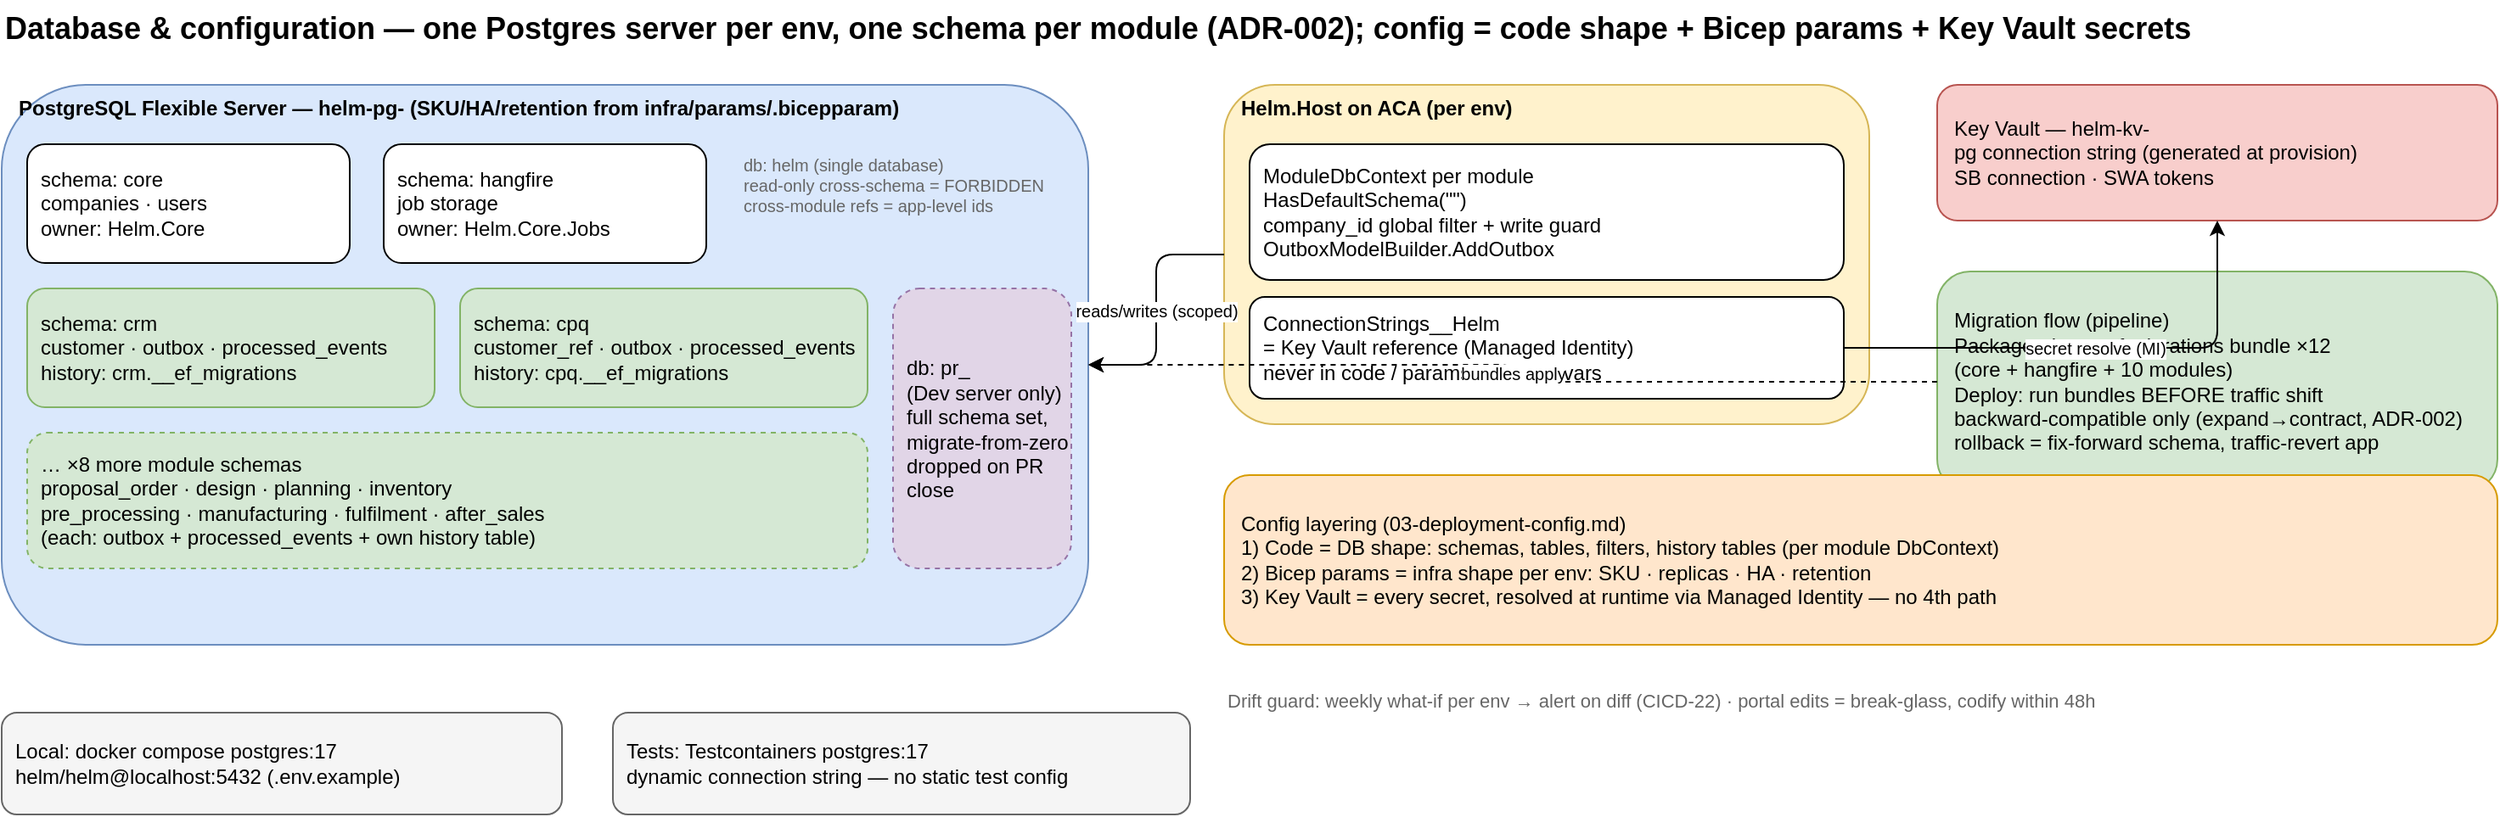
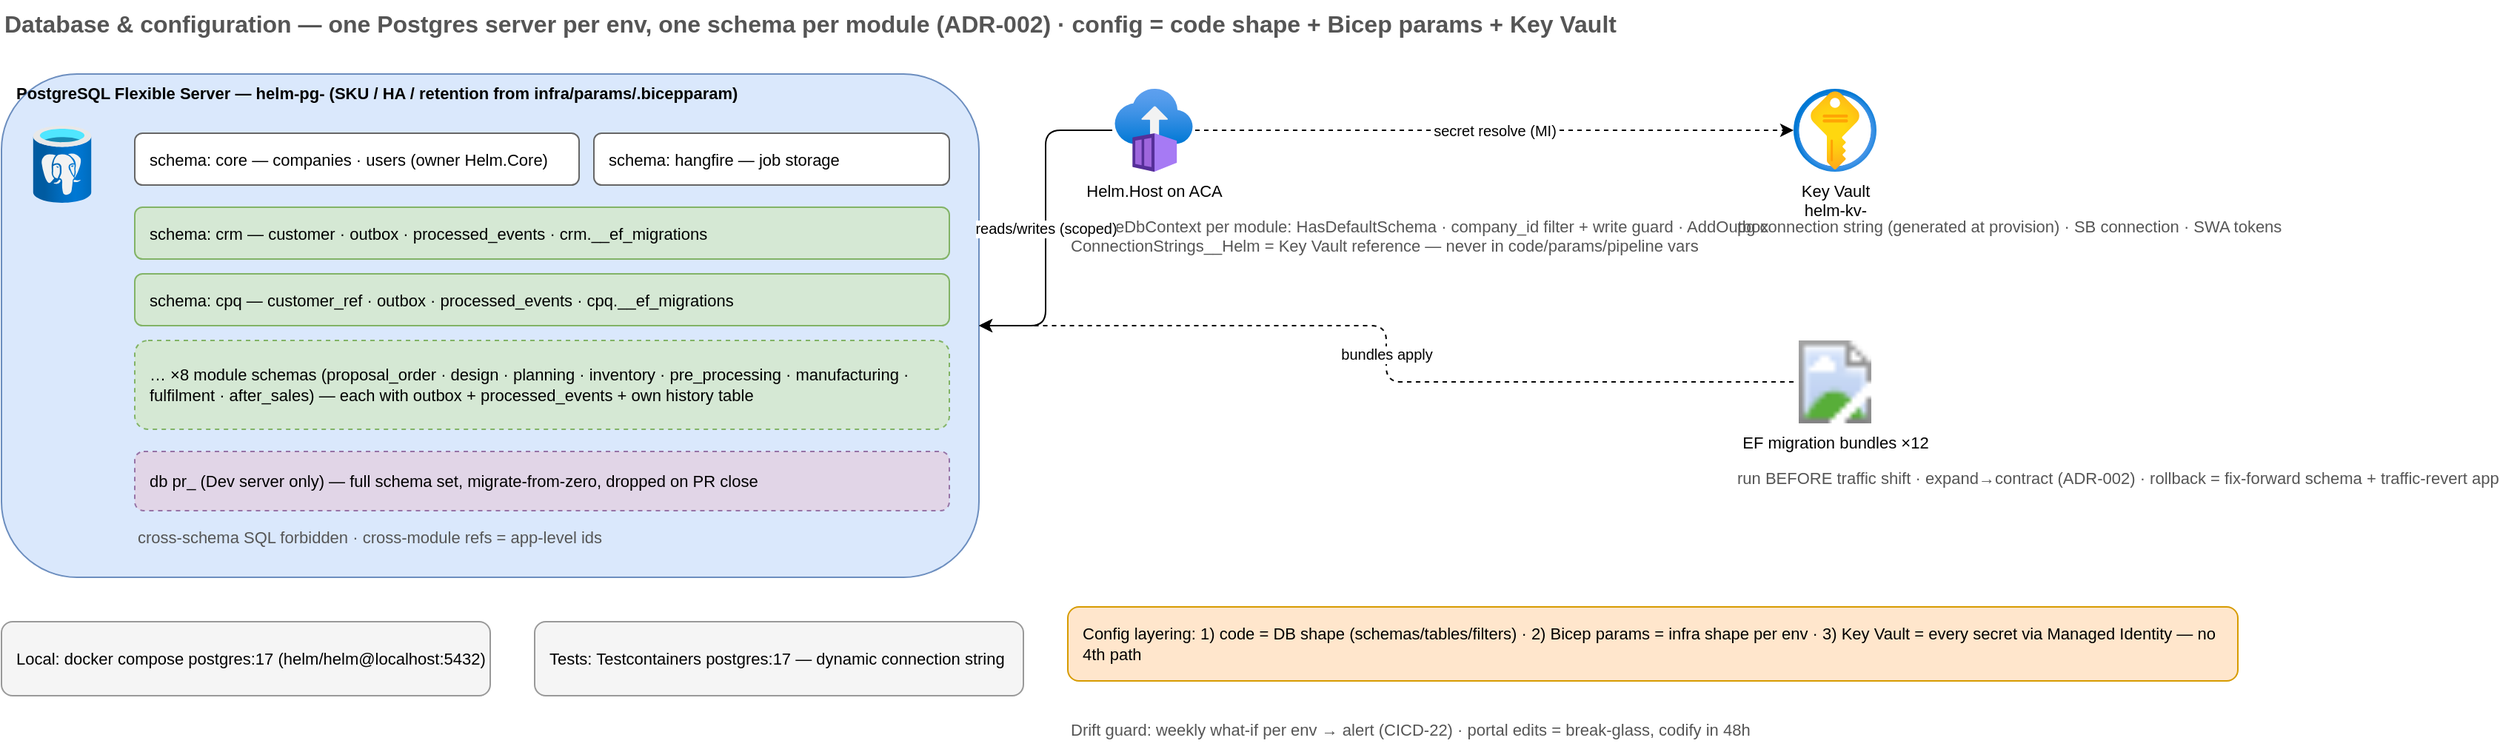
<mxfile host="app.diagrams.net" modified="2026-07-08T00:00:00.000Z" agent="helm-docs" version="24.0.0">
-   <diagram id="db-config-flow" name="Database &amp; Config Flow">
-     <mxGraphModel dx="1400" dy="800" grid="1" gridSize="10" guides="1" tooltips="1" connect="1" arrows="1" fold="1" page="1" pageScale="1" pageWidth="1600" pageHeight="1000" math="0" shadow="0">
+   <diagram id="database-config-flow" name="Database &amp; Config Flow">
+     <mxGraphModel dx="1400" dy="800" grid="1" gridSize="10" guides="1" tooltips="1" connect="1" arrows="1" fold="1" page="1" pageScale="1" pageWidth="1620" pageHeight="600" math="0" shadow="0">
      <root>
-         <mxCell id="0"/>
-         <mxCell id="1" parent="0"/>
-         <mxCell id="dbt" value="Database &amp; configuration — one Postgres server per env, one schema per module (ADR-002); config = code shape + Bicep params + Key Vault secrets" style="text;html=1;fontSize=18;fontStyle=1;align=left;" vertex="1" parent="1">
-           <mxGeometry x="40" y="20" width="1400" height="30" as="geometry"/>
-         </mxCell>
-         <mxCell id="pg" value="PostgreSQL Flexible Server — helm-pg-&lt;env&gt;  (SKU/HA/retention from infra/params/&lt;env&gt;.bicepparam)" style="rounded=1;whiteSpace=wrap;html=1;verticalAlign=top;fontStyle=1;fillColor=#dae8fc;strokeColor=#6c8ebf;align=left;spacingLeft=8;" vertex="1" parent="1">
-           <mxGeometry x="40" y="70" width="640" height="330" as="geometry"/>
-         </mxCell>
-         <mxCell id="score" value="schema: core&#10;companies · users&#10;owner: Helm.Core" style="rounded=1;whiteSpace=wrap;html=1;fillColor=#ffffff;align=left;spacingLeft=6;" vertex="1" parent="pg">
-           <mxGeometry x="15" y="35" width="190" height="70" as="geometry"/>
-         </mxCell>
-         <mxCell id="shang" value="schema: hangfire&#10;job storage&#10;owner: Helm.Core.Jobs" style="rounded=1;whiteSpace=wrap;html=1;fillColor=#ffffff;align=left;spacingLeft=6;" vertex="1" parent="pg">
-           <mxGeometry x="225" y="35" width="190" height="70" as="geometry"/>
-         </mxCell>
-         <mxCell id="sdbn" value="db: helm (single database)&#10;read-only cross-schema = FORBIDDEN&#10;cross-module refs = app-level ids" style="text;html=1;fontSize=10;fontColor=#666666;align=left;" vertex="1" parent="pg">
-           <mxGeometry x="435" y="35" width="195" height="70" as="geometry"/>
-         </mxCell>
-         <mxCell id="scrm" value="schema: crm&#10;customer · outbox · processed_events&#10;history: crm.__ef_migrations" style="rounded=1;whiteSpace=wrap;html=1;fillColor=#d5e8d4;strokeColor=#82b366;align=left;spacingLeft=6;" vertex="1" parent="pg">
-           <mxGeometry x="15" y="120" width="240" height="70" as="geometry"/>
-         </mxCell>
-         <mxCell id="scpq" value="schema: cpq&#10;customer_ref · outbox · processed_events&#10;history: cpq.__ef_migrations" style="rounded=1;whiteSpace=wrap;html=1;fillColor=#d5e8d4;strokeColor=#82b366;align=left;spacingLeft=6;" vertex="1" parent="pg">
-           <mxGeometry x="270" y="120" width="240" height="70" as="geometry"/>
-         </mxCell>
-         <mxCell id="smore" value="… ×8 more module schemas&#10;proposal_order · design · planning · inventory&#10;pre_processing · manufacturing · fulfilment · after_sales&#10;(each: outbox + processed_events + own history table)" style="rounded=1;whiteSpace=wrap;html=1;fillColor=#d5e8d4;strokeColor=#82b366;dashed=1;align=left;spacingLeft=6;" vertex="1" parent="pg">
-           <mxGeometry x="15" y="205" width="495" height="80" as="geometry"/>
-         </mxCell>
-         <mxCell id="sprdb" value="db: pr_&lt;id&gt;&#10;(Dev server only)&#10;full schema set, migrate-from-zero&#10;dropped on PR close" style="rounded=1;whiteSpace=wrap;html=1;fillColor=#e1d5e7;strokeColor=#9673a6;dashed=1;align=left;spacingLeft=6;" vertex="1" parent="pg">
-           <mxGeometry x="525" y="120" width="105" height="165" as="geometry"/>
-         </mxCell>
-         <mxCell id="app" value="Helm.Host on ACA (per env)" style="rounded=1;whiteSpace=wrap;html=1;verticalAlign=top;fontStyle=1;fillColor=#fff2cc;strokeColor=#d6b656;align=left;spacingLeft=8;" vertex="1" parent="1">
-           <mxGeometry x="760" y="70" width="380" height="200" as="geometry"/>
-         </mxCell>
-         <mxCell id="appctx" value="ModuleDbContext&lt;T&gt; per module&#10;HasDefaultSchema(&quot;&lt;mod&gt;&quot;)&#10;company_id global filter + write guard&#10;OutboxModelBuilder.AddOutbox" style="rounded=1;whiteSpace=wrap;html=1;fillColor=#ffffff;align=left;spacingLeft=6;" vertex="1" parent="app">
-           <mxGeometry x="15" y="35" width="350" height="80" as="geometry"/>
-         </mxCell>
-         <mxCell id="appcs" value="ConnectionStrings__Helm&#10;= Key Vault reference (Managed Identity)&#10;never in code / params / pipeline vars" style="rounded=1;whiteSpace=wrap;html=1;fillColor=#ffffff;align=left;spacingLeft=6;" vertex="1" parent="app">
-           <mxGeometry x="15" y="125" width="350" height="60" as="geometry"/>
-         </mxCell>
-         <mxCell id="kv" value="Key Vault — helm-kv-&lt;env&gt;&#10;pg connection string (generated at provision)&#10;SB connection · SWA tokens" style="rounded=1;whiteSpace=wrap;html=1;fillColor=#f8cecc;strokeColor=#b85450;align=left;spacingLeft=8;" vertex="1" parent="1">
-           <mxGeometry x="1180" y="70" width="330" height="80" as="geometry"/>
-         </mxCell>
-         <mxCell id="mig" value="Migration flow (pipeline)&#10;Package: dotnet ef migrations bundle ×12&#10;(core + hangfire + 10 modules)&#10;Deploy&lt;Env&gt;: run bundles BEFORE traffic shift&#10;backward-compatible only (expand→contract, ADR-002)&#10;rollback = fix-forward schema, traffic-revert app" style="rounded=1;whiteSpace=wrap;html=1;fillColor=#d5e8d4;strokeColor=#82b366;align=left;spacingLeft=8;" vertex="1" parent="1">
-           <mxGeometry x="1180" y="180" width="330" height="130" as="geometry"/>
-         </mxCell>
-         <mxCell id="cfg3" value="Config layering (03-deployment-config.md)&#10;1) Code = DB shape: schemas, tables, filters, history tables (per module DbContext)&#10;2) Bicep params = infra shape per env: SKU · replicas · HA · retention&#10;3) Key Vault = every secret, resolved at runtime via Managed Identity — no 4th path" style="rounded=1;whiteSpace=wrap;html=1;fillColor=#ffe6cc;strokeColor=#d79b00;align=left;spacingLeft=8;" vertex="1" parent="1">
-           <mxGeometry x="760" y="300" width="750" height="100" as="geometry"/>
-         </mxCell>
-         <mxCell id="lo" value="Local: docker compose postgres:17&#10;helm/helm@localhost:5432 (.env.example)" style="rounded=1;whiteSpace=wrap;html=1;fillColor=#f5f5f5;strokeColor=#666666;align=left;spacingLeft=6;" vertex="1" parent="1">
-           <mxGeometry x="40" y="440" width="330" height="60" as="geometry"/>
-         </mxCell>
-         <mxCell id="te" value="Tests: Testcontainers postgres:17&#10;dynamic connection string — no static test config" style="rounded=1;whiteSpace=wrap;html=1;fillColor=#f5f5f5;strokeColor=#666666;align=left;spacingLeft=6;" vertex="1" parent="1">
-           <mxGeometry x="400" y="440" width="340 " height="60" as="geometry"/>
-         </mxCell>
-         <mxCell id="dr" value="Drift guard: weekly what-if per env → alert on diff (CICD-22) · portal edits = break-glass, codify within 48h" style="text;html=1;fontSize=11;fontColor=#666666;align=left;" vertex="1" parent="1">
-           <mxGeometry x="760" y="420" width="750" height="30" as="geometry"/>
-         </mxCell>
-         <mxCell id="de1" value="reads/writes (scoped)" style="edgeStyle=orthogonalEdgeStyle;rounded=1;html=1;fontSize=10;" edge="1" parent="1" source="app" target="pg"><mxGeometry relative="1" as="geometry"/></mxCell>
-         <mxCell id="de2" value="secret resolve (MI)" style="edgeStyle=orthogonalEdgeStyle;rounded=1;html=1;fontSize=10;" edge="1" parent="1" source="appcs" target="kv"><mxGeometry relative="1" as="geometry"/></mxCell>
-         <mxCell id="de3" value="bundles apply" style="edgeStyle=orthogonalEdgeStyle;rounded=1;html=1;fontSize=10;dashed=1;" edge="1" parent="1" source="mig" target="pg"><mxGeometry relative="1" as="geometry"/></mxCell>
+         <mxCell id="0" />
+         <mxCell id="1" parent="0" />
+         <mxCell id="n2" value="Database &amp; configuration — one Postgres server per env, one schema per module (ADR-002) · config = code shape + Bicep params + Key Vault" style="text;html=1;fontSize=16;align=left;fontColor=#555555;fontStyle=1;" vertex="1" parent="1"><mxGeometry x="40" y="20" width="1300" height="30" as="geometry" /></mxCell>
+         <mxCell id="n3" value="PostgreSQL Flexible Server — helm-pg-&lt;env&gt;   (SKU / HA / retention from infra/params/&lt;env&gt;.bicepparam)" style="rounded=1;whiteSpace=wrap;html=1;align=left;spacingLeft=8;fontSize=11;fillColor=#dae8fc;strokeColor=#6c8ebf;fontStyle=1;verticalAlign=top;" vertex="1" parent="1"><mxGeometry x="40" y="70" width="660" height="340" as="geometry" /></mxCell>
+         <mxCell id="n4" value="" style="sketch=0;aspect=fixed;html=1;points=[];align=center;fontSize=11;image;image=img/lib/azure2/databases/Azure_Database_PostgreSQL_Server.svg;labelBackgroundColor=none;verticalLabelPosition=bottom;verticalAlign=top;" vertex="1" parent="n3"><mxGeometry x="15" y="35" width="52" height="52" as="geometry" /></mxCell>
+         <mxCell id="n5" value="schema: core — companies · users (owner Helm.Core)" style="rounded=1;whiteSpace=wrap;html=1;align=left;spacingLeft=8;fontSize=11;fillColor=#ffffff;strokeColor=#666666;" vertex="1" parent="n3"><mxGeometry x="90" y="40" width="300" height="35" as="geometry" /></mxCell>
+         <mxCell id="n6" value="schema: hangfire — job storage" style="rounded=1;whiteSpace=wrap;html=1;align=left;spacingLeft=8;fontSize=11;fillColor=#ffffff;strokeColor=#666666;" vertex="1" parent="n3"><mxGeometry x="400" y="40" width="240" height="35" as="geometry" /></mxCell>
+         <mxCell id="n7" value="schema: crm — customer · outbox · processed_events · crm.__ef_migrations" style="rounded=1;whiteSpace=wrap;html=1;align=left;spacingLeft=8;fontSize=11;fillColor=#d5e8d4;strokeColor=#82b366;" vertex="1" parent="n3"><mxGeometry x="90" y="90" width="550" height="35" as="geometry" /></mxCell>
+         <mxCell id="n8" value="schema: cpq — customer_ref · outbox · processed_events · cpq.__ef_migrations" style="rounded=1;whiteSpace=wrap;html=1;align=left;spacingLeft=8;fontSize=11;fillColor=#d5e8d4;strokeColor=#82b366;" vertex="1" parent="n3"><mxGeometry x="90" y="135" width="550" height="35" as="geometry" /></mxCell>
+         <mxCell id="n9" value="… ×8 module schemas (proposal_order · design · planning · inventory · pre_processing · manufacturing · fulfilment · after_sales) — each with outbox + processed_events + own history table" style="rounded=1;whiteSpace=wrap;html=1;align=left;spacingLeft=8;fontSize=11;fillColor=#d5e8d4;strokeColor=#82b366;dashed=1;" vertex="1" parent="n3"><mxGeometry x="90" y="180" width="550" height="60" as="geometry" /></mxCell>
+         <mxCell id="n10" value="db pr_&lt;id&gt; (Dev server only) — full schema set, migrate-from-zero, dropped on PR close" style="rounded=1;whiteSpace=wrap;html=1;align=left;spacingLeft=8;fontSize=11;fillColor=#e1d5e7;strokeColor=#9673a6;dashed=1;" vertex="1" parent="n3"><mxGeometry x="90" y="255" width="550" height="40" as="geometry" /></mxCell>
+         <mxCell id="n11" value="cross-schema SQL forbidden · cross-module refs = app-level ids" style="text;html=1;fontSize=11;align=left;fontColor=#555555;" vertex="1" parent="n3"><mxGeometry x="90" y="300" width="540" height="25" as="geometry" /></mxCell>
+         <mxCell id="n12" value="Helm.Host on ACA" style="sketch=0;aspect=fixed;html=1;points=[];align=center;fontSize=11;image;image=img/lib/azure2/containers/Container_Instances.svg;labelBackgroundColor=none;verticalLabelPosition=bottom;verticalAlign=top;" vertex="1" parent="1"><mxGeometry x="790" y="80" width="56" height="56" as="geometry" /></mxCell>
+         <mxCell id="n13" value="ModuleDbContext&lt;T&gt; per module: HasDefaultSchema · company_id filter + write guard · AddOutbox&#10;ConnectionStrings__Helm = Key Vault reference — never in code/params/pipeline vars" style="text;html=1;fontSize=11;align=left;fontColor=#555555;" vertex="1" parent="1"><mxGeometry x="760" y="160" width="420" height="60" as="geometry" /></mxCell>
+         <mxCell id="n14" value="Key Vault&#10;helm-kv-&lt;env&gt;" style="sketch=0;aspect=fixed;html=1;points=[];align=center;fontSize=11;image;image=img/lib/azure2/security/Key_Vaults.svg;labelBackgroundColor=none;verticalLabelPosition=bottom;verticalAlign=top;" vertex="1" parent="1"><mxGeometry x="1250" y="80" width="56" height="56" as="geometry" /></mxCell>
+         <mxCell id="n15" value="pg connection string (generated at provision) · SB connection · SWA tokens" style="text;html=1;fontSize=11;align=left;fontColor=#555555;" vertex="1" parent="1"><mxGeometry x="1210" y="160" width="340" height="40" as="geometry" /></mxCell>
+         <mxCell id="n16" value="EF migration bundles ×12" style="sketch=0;aspect=fixed;html=1;points=[];align=center;fontSize=11;image;image=img/lib/azure2/devops/Azure_Artifacts.svg;labelBackgroundColor=none;verticalLabelPosition=bottom;verticalAlign=top;" vertex="1" parent="1"><mxGeometry x="1250" y="250" width="56" height="56" as="geometry" /></mxCell>
+         <mxCell id="n17" value="run BEFORE traffic shift · expand→contract (ADR-002) · rollback = fix-forward schema + traffic-revert app" style="text;html=1;fontSize=11;align=left;fontColor=#555555;" vertex="1" parent="1"><mxGeometry x="1210" y="330" width="340" height="50" as="geometry" /></mxCell>
+         <mxCell id="n18" value="Config layering: 1) code = DB shape (schemas/tables/filters) · 2) Bicep params = infra shape per env · 3) Key Vault = every secret via Managed Identity — no 4th path" style="rounded=1;whiteSpace=wrap;html=1;align=left;spacingLeft=8;fontSize=11;fillColor=#ffe6cc;strokeColor=#d79b00;" vertex="1" parent="1"><mxGeometry x="760" y="430" width="790" height="50" as="geometry" /></mxCell>
+         <mxCell id="n19" value="Local: docker compose postgres:17 (helm/helm@localhost:5432)" style="rounded=1;whiteSpace=wrap;html=1;align=left;spacingLeft=8;fontSize=11;fillColor=#f5f5f5;strokeColor=#999999;" vertex="1" parent="1"><mxGeometry x="40" y="440" width="330" height="50" as="geometry" /></mxCell>
+         <mxCell id="n20" value="Tests: Testcontainers postgres:17 — dynamic connection string" style="rounded=1;whiteSpace=wrap;html=1;align=left;spacingLeft=8;fontSize=11;fillColor=#f5f5f5;strokeColor=#999999;" vertex="1" parent="1"><mxGeometry x="400" y="440" width="330" height="50" as="geometry" /></mxCell>
+         <mxCell id="n21" value="Drift guard: weekly what-if per env → alert (CICD-22) · portal edits = break-glass, codify in 48h" style="text;html=1;fontSize=11;align=left;fontColor=#555555;" vertex="1" parent="1"><mxGeometry x="760" y="500" width="700" height="25" as="geometry" /></mxCell>
+         <mxCell id="n22" value="reads/writes (scoped)" style="edgeStyle=orthogonalEdgeStyle;rounded=1;html=1;fontSize=10;" edge="1" parent="1" source="n12" target="n3"><mxGeometry relative="1" as="geometry" /></mxCell>
+         <mxCell id="n23" value="secret resolve (MI)" style="edgeStyle=orthogonalEdgeStyle;rounded=1;html=1;fontSize=10;dashed=1;" edge="1" parent="1" source="n12" target="n14"><mxGeometry relative="1" as="geometry" /></mxCell>
+         <mxCell id="n24" value="bundles apply" style="edgeStyle=orthogonalEdgeStyle;rounded=1;html=1;fontSize=10;dashed=1;" edge="1" parent="1" source="n16" target="n3"><mxGeometry relative="1" as="geometry" /></mxCell>
      </root>
    </mxGraphModel>
  </diagram>
</mxfile>
